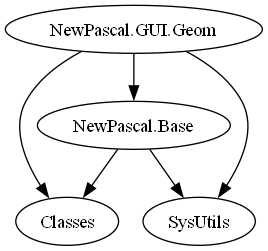
Above: docs/GVUses.png in coelhole/newpascal (Graphviz), before the change. Its source is kept beside it as docs/GVUses.dot. Its diagram source:
```dot
DiGraph Uses {
  "NewPascal.Base" -> "Classes"
  "NewPascal.Base" -> "SysUtils"
  "NewPascal.Base" [href="NewPascal.Base.html"]
  "NewPascal.GUI.Geom" -> "Classes"
  "NewPascal.GUI.Geom" -> "SysUtils"
  "NewPascal.GUI.Geom" -> "NewPascal.Base"
  "NewPascal.GUI.Geom" [href="NewPascal.GUI.Geom.html"]
}
```
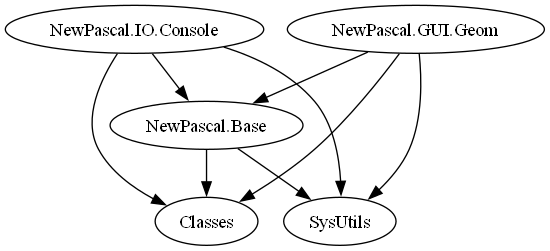
The same file after the commit.

The edit, as a diff of the source:
```diff
@@ -6,4 +6,8 @@
   "NewPascal.GUI.Geom" -> "SysUtils"
   "NewPascal.GUI.Geom" -> "NewPascal.Base"
   "NewPascal.GUI.Geom" [href="NewPascal.GUI.Geom.html"]
+  "NewPascal.IO.Console" -> "Classes"
+  "NewPascal.IO.Console" -> "SysUtils"
+  "NewPascal.IO.Console" -> "NewPascal.Base"
+  "NewPascal.IO.Console" [href="NewPascal.IO.Console.html"]
 }
```
